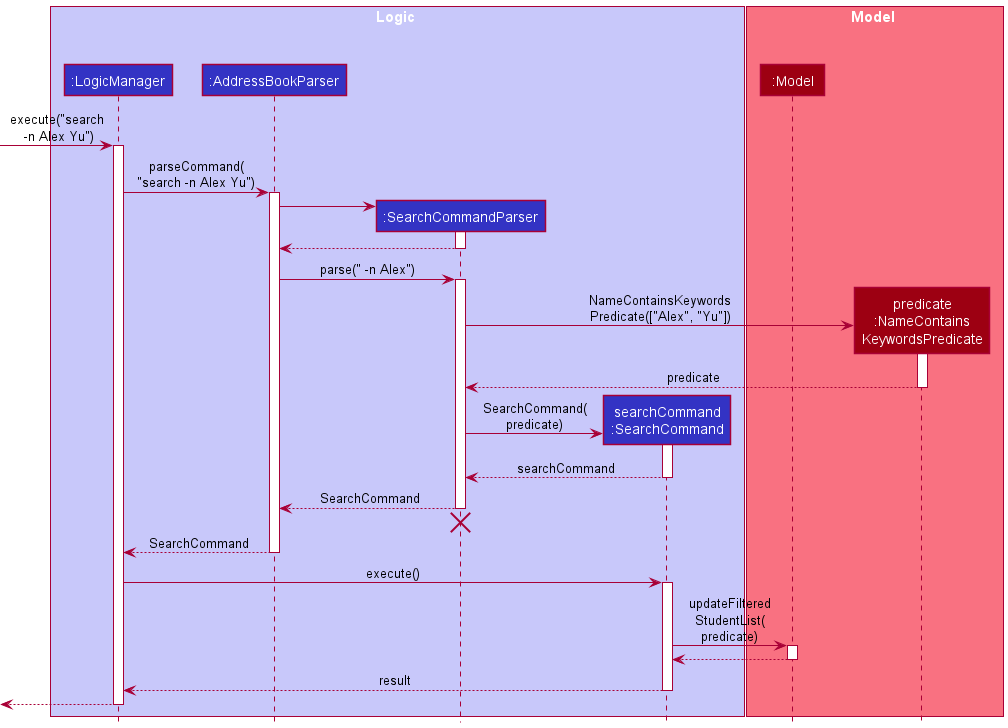
Earlier version of the PlantUML export docs/images/SearchSequenceDiagram.png (nus-cs2103-AY2122S1/tp). Source of this version:
```plantuml
@startuml
!include style.puml

box Logic LOGIC_COLOR_T1
participant ":LogicManager" as LogicManager LOGIC_COLOR
participant ":AddressBookParser" as AddressBookParser LOGIC_COLOR
participant ":SearchCommandParser" as SearchCommandParser LOGIC_COLOR
participant "searchCommand\n:SearchCommand" as SearchCommand LOGIC_COLOR
end box

box Model MODEL_COLOR_T1
participant ":Model" as Model MODEL_COLOR
participant "predicate\n:NameContains\nKeywordsPredicate" as NameContainsKeywordsPredicate MODEL_COLOR

end box

[-> LogicManager : execute("search\n -n Alex Yu")
activate LogicManager

LogicManager -> AddressBookParser : parseCommand(\n"search -n Alex Yu")
activate AddressBookParser

create SearchCommandParser
AddressBookParser -> SearchCommandParser
activate SearchCommandParser

SearchCommandParser --> AddressBookParser
deactivate SearchCommandParser

AddressBookParser -> SearchCommandParser : parse(" -n Alex")
activate SearchCommandParser

create NameContainsKeywordsPredicate
SearchCommandParser -> NameContainsKeywordsPredicate : NameContainsKeywords\nPredicate(["Alex", "Yu"])
activate NameContainsKeywordsPredicate

NameContainsKeywordsPredicate --> SearchCommandParser : predicate
deactivate NameContainsKeywordsPredicate

create SearchCommand
SearchCommandParser -> SearchCommand : SearchCommand(\npredicate)
activate SearchCommand

SearchCommand --> SearchCommandParser : searchCommand
deactivate SearchCommand

SearchCommandParser --> AddressBookParser : SearchCommand
deactivate SearchCommandParser
SearchCommandParser -[hidden]-> AddressBookParser
destroy SearchCommandParser

AddressBookParser --> LogicManager : SearchCommand
deactivate AddressBookParser

LogicManager -> SearchCommand : execute()
activate SearchCommand

SearchCommand -> Model : updateFiltered\nStudentList(\npredicate)
activate Model

Model --> SearchCommand
deactivate Model

SearchCommand --> LogicManager : result
deactivate SearchCommand

[<--LogicManager
deactivate LogicManager
@enduml
```
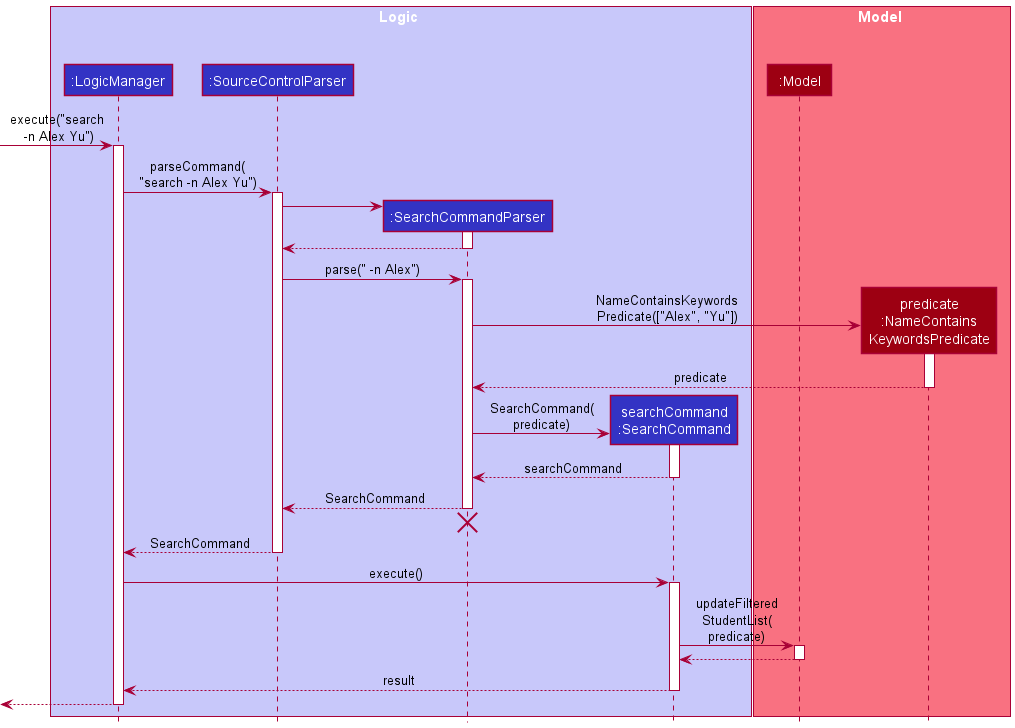
After the commit.

What changed in the source:
```diff
@@ -3,7 +3,7 @@
 
 box Logic LOGIC_COLOR_T1
 participant ":LogicManager" as LogicManager LOGIC_COLOR
-participant ":AddressBookParser" as AddressBookParser LOGIC_COLOR
+participant ":SourceControlParser" as SourceControlParser LOGIC_COLOR
 participant ":SearchCommandParser" as SearchCommandParser LOGIC_COLOR
 participant "searchCommand\n:SearchCommand" as SearchCommand LOGIC_COLOR
 end box
@@ -17,17 +17,17 @@
 [-> LogicManager : execute("search\n -n Alex Yu")
 activate LogicManager
 
-LogicManager -> AddressBookParser : parseCommand(\n"search -n Alex Yu")
-activate AddressBookParser
+LogicManager -> SourceControlParser : parseCommand(\n"search -n Alex Yu")
+activate SourceControlParser
 
 create SearchCommandParser
-AddressBookParser -> SearchCommandParser
+SourceControlParser -> SearchCommandParser
 activate SearchCommandParser
 
-SearchCommandParser --> AddressBookParser
+SearchCommandParser --> SourceControlParser
 deactivate SearchCommandParser
 
-AddressBookParser -> SearchCommandParser : parse(" -n Alex")
+SourceControlParser -> SearchCommandParser : parse(" -n Alex")
 activate SearchCommandParser
 
 create NameContainsKeywordsPredicate
@@ -44,13 +44,13 @@
 SearchCommand --> SearchCommandParser : searchCommand
 deactivate SearchCommand
 
-SearchCommandParser --> AddressBookParser : SearchCommand
+SearchCommandParser --> SourceControlParser : SearchCommand
 deactivate SearchCommandParser
-SearchCommandParser -[hidden]-> AddressBookParser
+SearchCommandParser -[hidden]-> SourceControlParser
 destroy SearchCommandParser
 
-AddressBookParser --> LogicManager : SearchCommand
-deactivate AddressBookParser
+SourceControlParser --> LogicManager : SearchCommand
+deactivate SourceControlParser
 
 LogicManager -> SearchCommand : execute()
 activate SearchCommand
```
